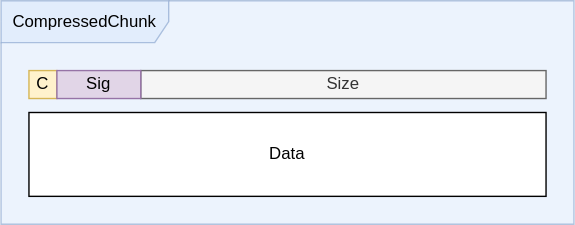
Earlier version of the draw.io export docs/dev/diagrams/CompressedChunk.svg (tim-weis/ovba). Source tidied: cells renumbered, new cells last; positions are measured from the earlier drawing's top-left corner, leaving out a move shared by most shapes. Source of this version:
```xml
<mxGraphModel>
  <root>
    <mxCell id="0" />
    <mxCell id="1" parent="0" />
    <mxCell id="2" value="&lt;div&gt;CompressedChunk&lt;/div&gt;" style="shape=umlFrame;whiteSpace=wrap;html=1;sketch=0;fillColor=#dae8fc;width=120;height=30;strokeColor=#6c8ebf;swimlaneFillColor=#DAE8FC;opacity=50;" parent="1" vertex="1">
      <mxGeometry width="410" height="160" as="geometry" />
    </mxCell>
    <mxCell id="3" value="Size" style="rounded=0;whiteSpace=wrap;html=1;sketch=0;fillColor=#f5f5f5;strokeColor=#666666;fontColor=#333333;" parent="1" vertex="1">
      <mxGeometry x="100" y="50" width="290" height="20" as="geometry" />
    </mxCell>
    <mxCell id="4" value="C" style="rounded=0;whiteSpace=wrap;html=1;sketch=0;fillColor=#fff2cc;strokeColor=#d6b656;" parent="1" vertex="1">
      <mxGeometry x="20" y="50" width="20" height="20" as="geometry" />
    </mxCell>
    <mxCell id="5" value="Sig" style="rounded=0;whiteSpace=wrap;html=1;sketch=0;fillColor=#e1d5e7;strokeColor=#9673a6;" parent="1" vertex="1">
      <mxGeometry x="40" y="50" width="60" height="20" as="geometry" />
    </mxCell>
    <mxCell id="6" value="Data" style="rounded=0;whiteSpace=wrap;html=1;sketch=0;fillColor=#ffffff;" parent="1" vertex="1">
      <mxGeometry x="20" y="80" width="370" height="60" as="geometry" />
    </mxCell>
  </root>
</mxGraphModel>
```
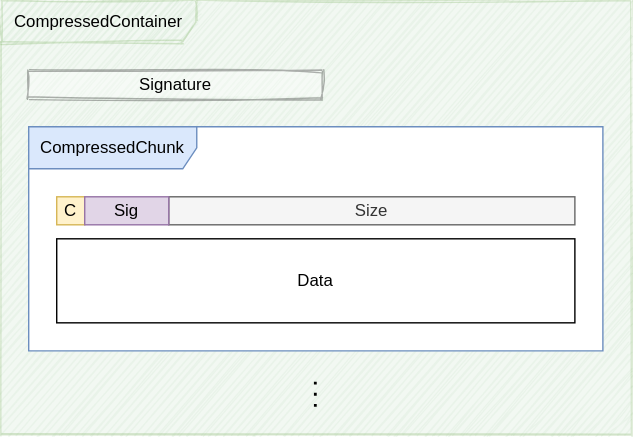
The same diagram one commit later.

Commit message:
Documentation. * Placed more visual focus on the CompressedChunk information.

The edit, as a diff of the source:
```diff
@@ -2,9 +2,24 @@
   <root>
     <mxCell id="0" />
     <mxCell id="1" parent="0" />
+    <mxCell id="7" value="&lt;div&gt;CompressedContainer&lt;/div&gt;" style="shape=umlFrame;whiteSpace=wrap;html=1;sketch=1;width=140;height=30;fillColor=#d5e8d4;strokeColor=#82b366;swimlaneFillColor=#D5E8D4;shadow=0;opacity=30;" parent="1" vertex="1">
+      <mxGeometry x="-20" y="-90" width="450" height="310" as="geometry" />
+    </mxCell>
+    <mxCell id="8" value="Signature" style="rounded=0;whiteSpace=wrap;html=1;sketch=1;opacity=30;" parent="1" vertex="1">
+      <mxGeometry y="-40" width="210" height="20" as="geometry" />
+    </mxCell>
-    <mxCell id="2" value="&lt;div&gt;CompressedChunk&lt;/div&gt;" style="shape=umlFrame;whiteSpace=wrap;html=1;sketch=0;fillColor=#dae8fc;width=120;height=30;strokeColor=#6c8ebf;swimlaneFillColor=#DAE8FC;opacity=50;" parent="1" vertex="1">
+    <mxCell id="2" value="&lt;div&gt;CompressedChunk&lt;/div&gt;" style="shape=umlFrame;whiteSpace=wrap;html=1;sketch=0;fillColor=#dae8fc;width=120;height=30;strokeColor=#6c8ebf;swimlaneFillColor=#ffffff;" parent="1" vertex="1">
       <mxGeometry width="410" height="160" as="geometry" />
     </mxCell>
+    <mxCell id="6" value="Data" style="rounded=0;whiteSpace=wrap;html=1;sketch=0;fillColor=#ffffff;" parent="1" vertex="1">
+      <mxGeometry x="20" y="80" width="370" height="60" as="geometry" />
+    </mxCell>
+    <mxCell id="9" style="endArrow=none;dashed=1;html=1;dashPattern=1 3;strokeWidth=2;shadow=0;sketch=0;" parent="1" edge="1">
+      <mxGeometry relative="1" as="geometry">
+        <mxPoint x="204.7" y="200" as="sourcePoint" />
+        <mxPoint x="204.7" y="180" as="targetPoint" />
+      </mxGeometry>
+    </mxCell>
     <mxCell id="3" value="Size" style="rounded=0;whiteSpace=wrap;html=1;sketch=0;fillColor=#f5f5f5;strokeColor=#666666;fontColor=#333333;" parent="1" vertex="1">
       <mxGeometry x="100" y="50" width="290" height="20" as="geometry" />
     </mxCell>
@@ -14,8 +29,5 @@
     <mxCell id="5" value="Sig" style="rounded=0;whiteSpace=wrap;html=1;sketch=0;fillColor=#e1d5e7;strokeColor=#9673a6;" parent="1" vertex="1">
       <mxGeometry x="40" y="50" width="60" height="20" as="geometry" />
     </mxCell>
-    <mxCell id="6" value="Data" style="rounded=0;whiteSpace=wrap;html=1;sketch=0;fillColor=#ffffff;" parent="1" vertex="1">
-      <mxGeometry x="20" y="80" width="370" height="60" as="geometry" />
-    </mxCell>
   </root>
 </mxGraphModel>
```
